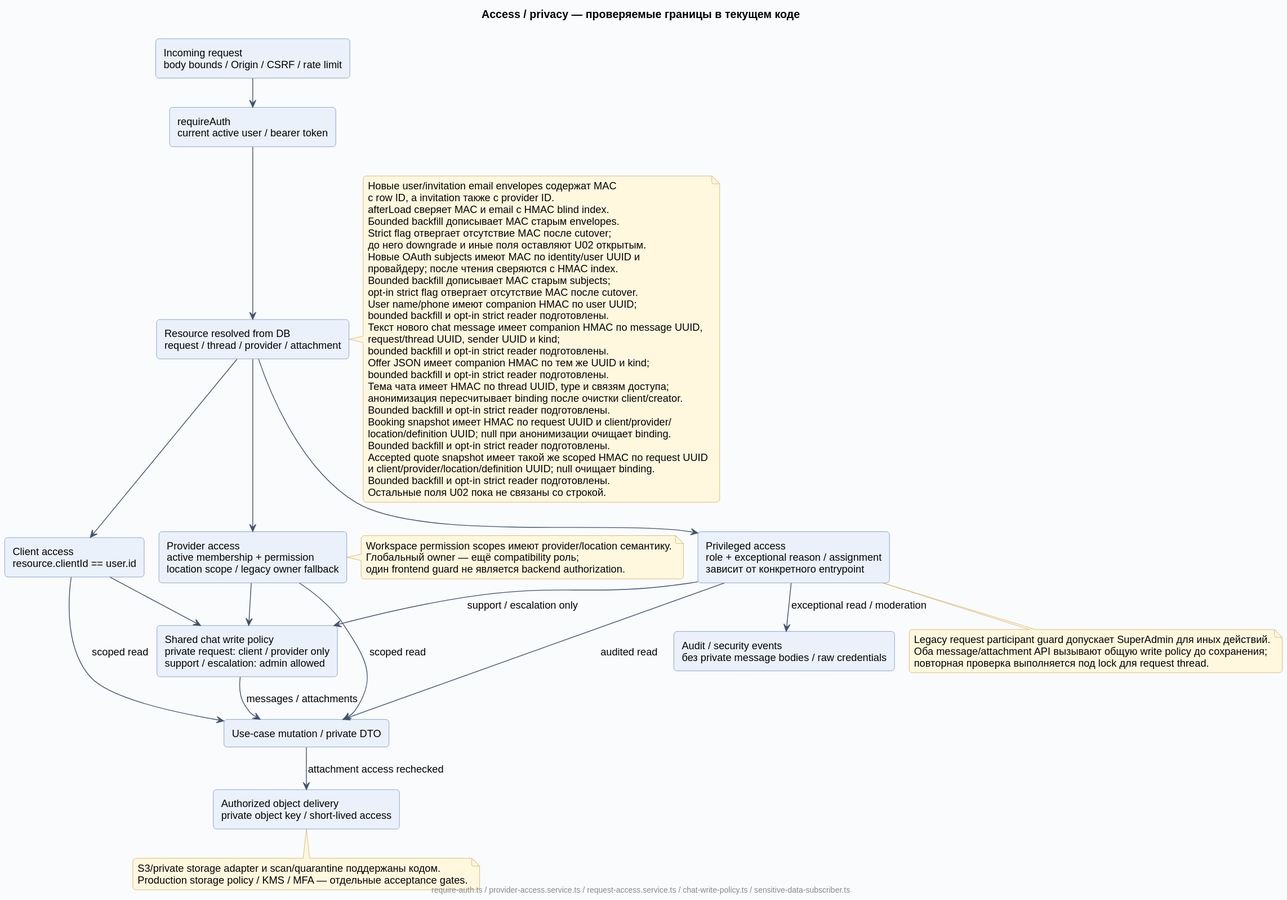
Above: docs/diagrams/rendered/09-access-privacy.svg in Dima163163/auto-care-hub (PlantUML), before the change.
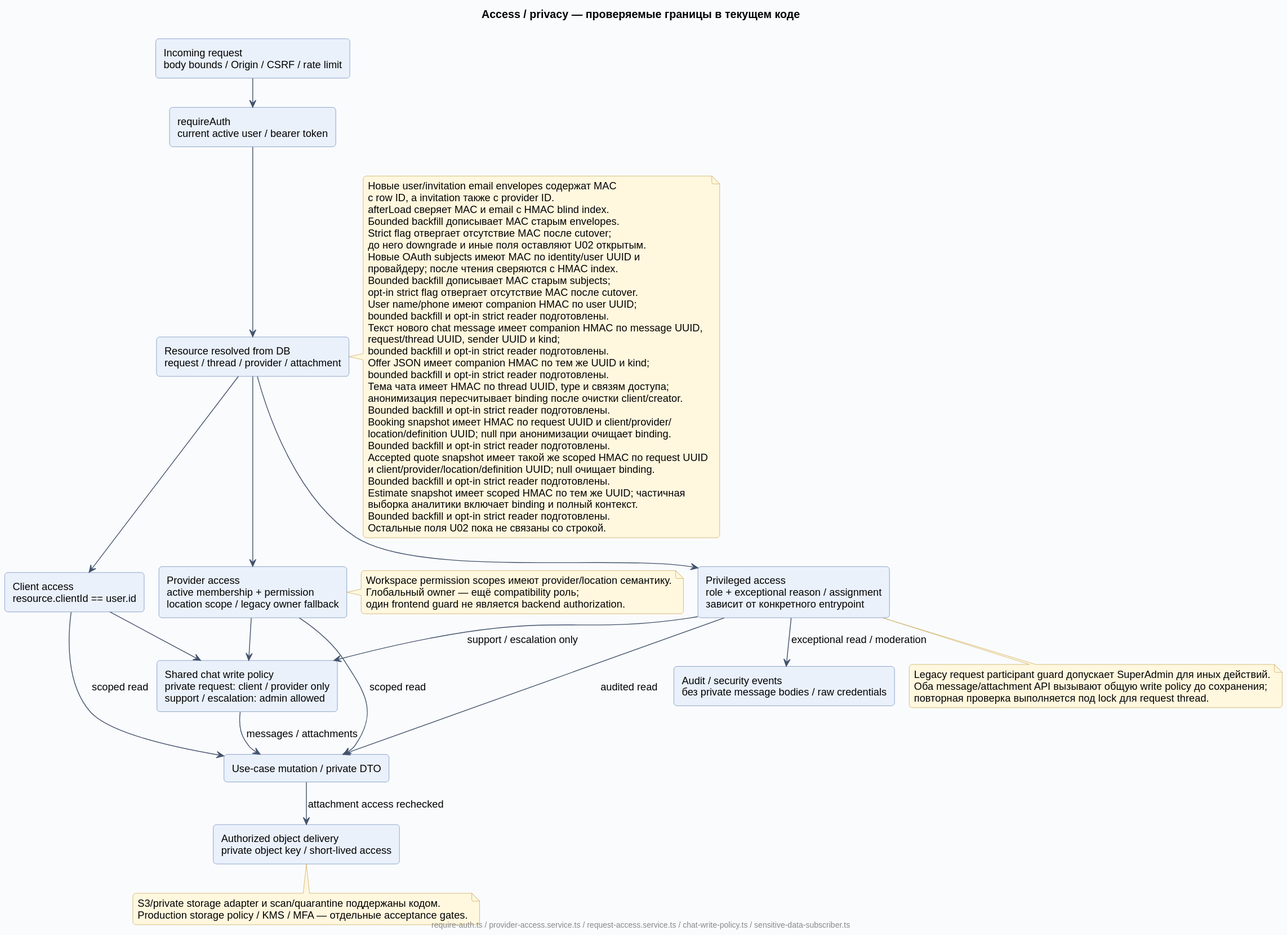
After the change.

Diff of the diagram source:
```diff
@@ -58,6 +58,9 @@
   Accepted quote snapshot имеет такой же scoped HMAC по request UUID
   и client/provider/location/definition UUID; null очищает binding.
   Bounded backfill и opt-in strict reader подготовлены.
+  Estimate snapshot имеет scoped HMAC по тем же UUID; частичная
+  выборка аналитики включает binding и полный контекст.
+  Bounded backfill и opt-in strict reader подготовлены.
   Остальные поля U02 пока не связаны со строкой.
 end note
 note bottom of Admin
```
